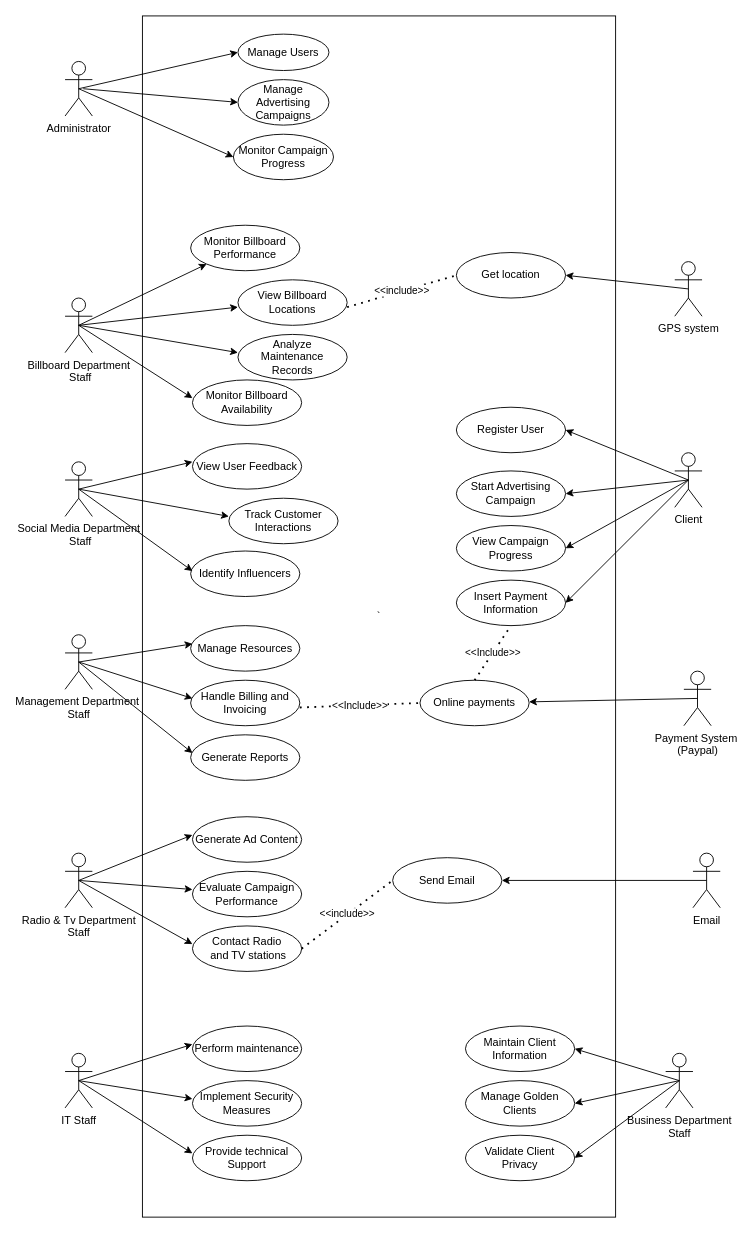
The draw.io diagram Phase2.drawio in NoorSbeih/Software_p2, before the edit. Source tidied: cells renumbered, new cells numbered last; positions are measured from the earlier drawing's top-left corner, leaving out a move shared by most shapes. Both pictures are drawn from the tidied source at 91%, with x=0, y=0 at pixel (65, 15).
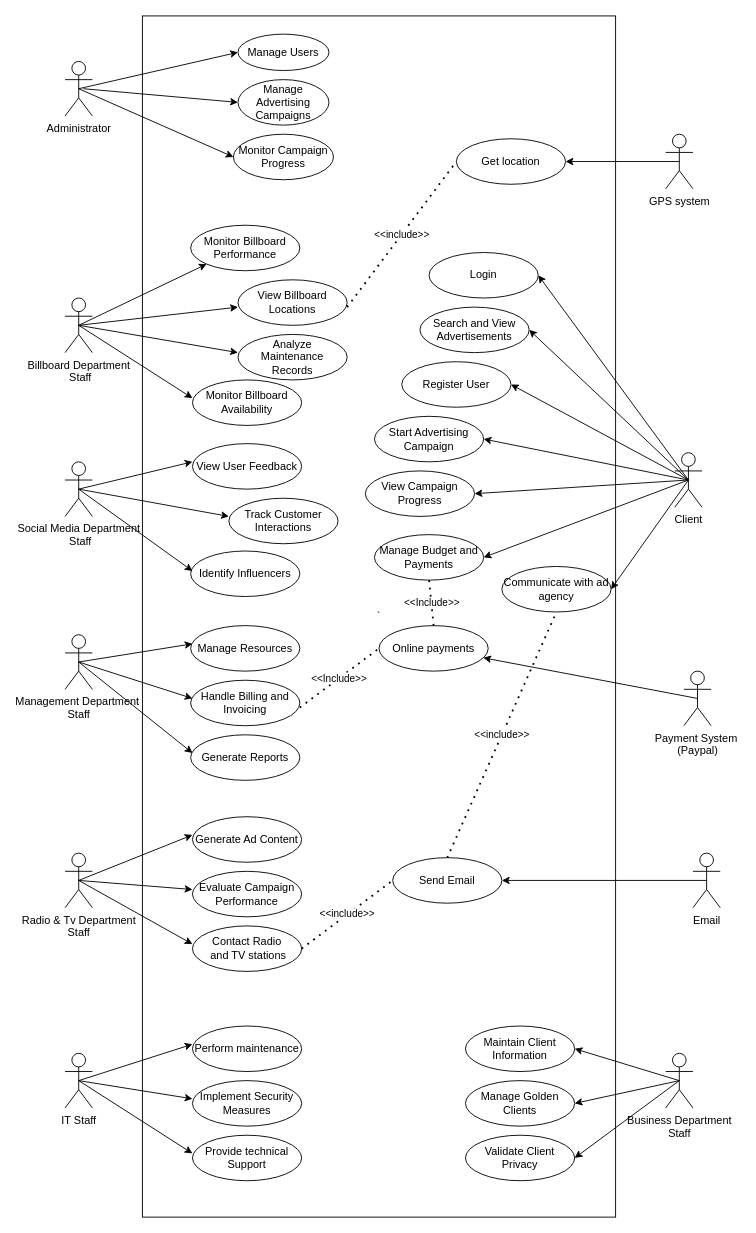
The same diagram, later.

The change refers to these unchanged cells:
```xml
<mxCell id="27" value="Send Email&lt;br&gt;" style="ellipse;whiteSpace=wrap;html=1;" parent="1" vertex="1">
  <mxGeometry x="360" y="925" width="120" height="50" as="geometry" />
</mxCell>
<mxCell id="72" value="Client" style="shape=umlActor;verticalLabelPosition=bottom;verticalAlign=top;html=1;outlineConnect=0;" parent="1" vertex="1">
  <mxGeometry x="670" y="480" width="30" height="60" as="geometry" />
</mxCell>
```

The edit, as a diff of the source:
```diff
@@
     <mxCell id="34" value="Get location&lt;br&gt;" style="ellipse;whiteSpace=wrap;html=1;" parent="1" vertex="1">
-      <mxGeometry x="430" y="260" width="120" height="50" as="geometry" />
+      <mxGeometry x="430" y="135" width="120" height="50" as="geometry" />
     </mxCell>
@@
     <mxCell id="36" value="GPS system&lt;br&gt;" style="shape=umlActor;verticalLabelPosition=bottom;verticalAlign=top;html=1;outlineConnect=0;" parent="1" vertex="1">
-      <mxGeometry x="670" y="270" width="30" height="60" as="geometry" />
+      <mxGeometry x="660" y="130" width="30" height="60" as="geometry" />
     </mxCell>
@@
     <mxCell id="52" value="Online payments&lt;br&gt;" style="ellipse;whiteSpace=wrap;html=1;" parent="1" vertex="1">
-      <mxGeometry x="390" y="730" width="120" height="50" as="geometry" />
+      <mxGeometry x="345" y="670" width="120" height="50" as="geometry" />
     </mxCell>
@@
+    <mxCell id="78" style="edgeStyle=none;rounded=0;jettySize=auto;html=1;exitX=0.5;exitY=0.5;exitDx=0;exitDy=0;exitPerimeter=0;entryX=1;entryY=0.5;entryDx=0;entryDy=0;" parent="1" edge="1" source="72" target="81">
+      <mxGeometry relative="1" as="geometry" />
+    </mxCell>
+    <mxCell id="79" style="edgeStyle=none;rounded=0;jettySize=auto;html=1;exitX=0.5;exitY=0.5;exitDx=0;exitDy=0;exitPerimeter=0;entryX=1;entryY=0.5;entryDx=0;entryDy=0;" parent="1" edge="1" source="72" target="83">
+      <mxGeometry relative="1" as="geometry" />
+    </mxCell>
+    <mxCell id="80" style="edgeStyle=none;rounded=0;jettySize=auto;html=1;exitX=0.5;exitY=0.5;exitDx=0;exitDy=0;exitPerimeter=0;entryX=1;entryY=0.5;entryDx=0;entryDy=0;" parent="1" edge="1" source="72" target="84">
+      <mxGeometry relative="1" as="geometry" />
+    </mxCell>
@@
     <mxCell id="73" value="Register User&lt;br&gt;" style="ellipse;whiteSpace=wrap;html=1;" parent="1" vertex="1">
-      <mxGeometry x="430" y="430" width="120" height="50" as="geometry" />
+      <mxGeometry x="370" y="380" width="120" height="50" as="geometry" />
     </mxCell>
     <mxCell id="74" value="Start Advertising Campaign" style="ellipse;whiteSpace=wrap;html=1;" parent="1" vertex="1">
-      <mxGeometry x="430" y="500" width="120" height="50" as="geometry" />
+      <mxGeometry x="340" y="440" width="120" height="50" as="geometry" />
     </mxCell>
-    <mxCell id="75" value="Insert Payment Information" style="ellipse;whiteSpace=wrap;html=1;" parent="1" vertex="1">
-      <mxGeometry x="430" y="620" width="120" height="50" as="geometry" />
+    <mxCell id="75" value="Manage Budget and Payments" style="ellipse;whiteSpace=wrap;html=1;" parent="1" vertex="1">
+      <mxGeometry x="340" y="570" width="120" height="50" as="geometry" />
     </mxCell>
     <mxCell id="76" value="View Campaign Progress" style="ellipse;whiteSpace=wrap;html=1;" parent="1" vertex="1">
-      <mxGeometry x="430" y="560" width="120" height="50" as="geometry" />
+      <mxGeometry x="330" y="500" width="120" height="50" as="geometry" />
     </mxCell>
@@
+    <mxCell id="81" value="Communicate with ad agency" style="ellipse;whiteSpace=wrap;html=1;" parent="1" vertex="1">
+      <mxGeometry x="480" y="605" width="120" height="50" as="geometry" />
+    </mxCell>
+    <mxCell id="82" value="&amp;lt;&amp;lt;include&amp;gt;&amp;gt;" style="endArrow=none;dashed=1;html=1;dashPattern=1 3;strokeWidth=2;rounded=0;entryX=0.5;entryY=1;entryDx=0;entryDy=0;exitX=0.5;exitY=0;exitDx=0;exitDy=0;" parent="1" edge="1" source="27" target="81">
+      <mxGeometry relative="1" as="geometry" />
+    </mxCell>
+    <mxCell id="83" value="Search and View Advertisements" style="ellipse;whiteSpace=wrap;html=1;" parent="1" vertex="1">
+      <mxGeometry x="390" y="320" width="120" height="50" as="geometry" />
+    </mxCell>
+    <mxCell id="84" value="Login" style="ellipse;whiteSpace=wrap;html=1;" parent="1" vertex="1">
+      <mxGeometry x="400" y="260" width="120" height="50" as="geometry" />
+    </mxCell>
```
